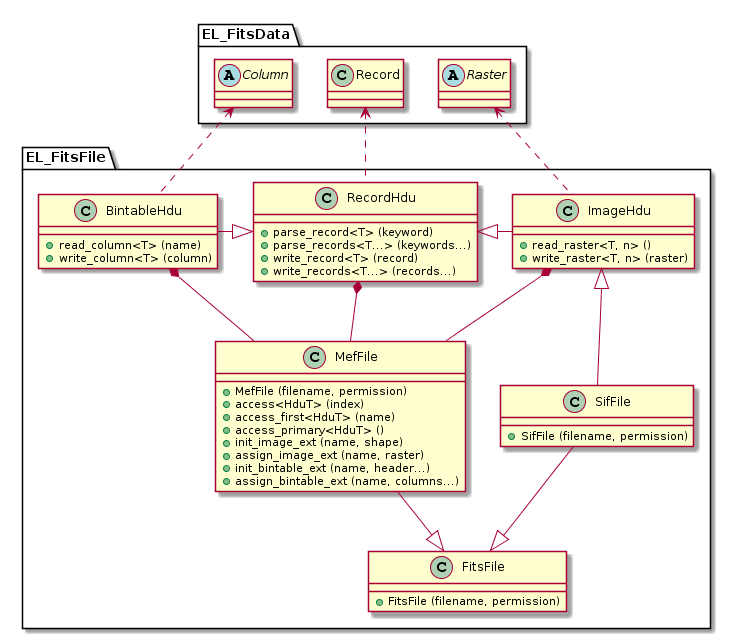
Before: doc/diagrams/out/FitsFile.png, a diagram exported from PlantUML (CNES/EleFits).
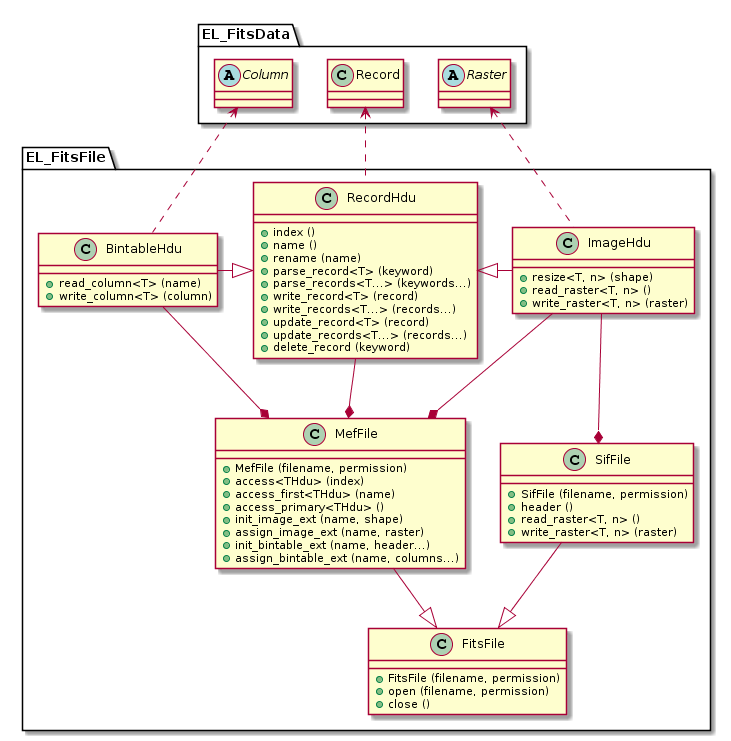
After the change.

Diff of the diagram source:
```diff
@@ -4,13 +4,13 @@
 RecordHdu <|- ImageHdu
 BintableHdu -|> RecordHdu
 
-BintableHdu *-- MefFile
-RecordHdu *-- MefFile
-ImageHdu *-- MefFile
+BintableHdu --* MefFile
+RecordHdu --* MefFile
+ImageHdu --* MefFile
 
 MefFile --|> FitsFile
 SifFile --|> FitsFile
-ImageHdu <|-- SifFile
+ImageHdu --* SifFile
 
 }
 
@@ -24,13 +24,15 @@
 
 class FitsFile {
 + FitsFile (filename, permission)
++ open (filename, permission)
++ close ()
 }
 
 class MefFile {
 + MefFile (filename, permission)
-+ access<HduT> (index)
-+ access_first<HduT> (name)
-+ access_primary<HduT> ()
++ access<THdu> (index)
++ access_first<THdu> (name)
++ access_primary<THdu> ()
 + init_image_ext (name, shape)
 + assign_image_ext (name, raster)
 + init_bintable_ext (name, header...)
@@ -39,16 +41,26 @@
 
 class SifFile {
 + SifFile (filename, permission)
++ header ()
++ read_raster<T, n> ()
++ write_raster<T, n> (raster)
 }
 
 class RecordHdu {
++ index ()
++ name ()
++ rename (name)
 + parse_record<T> (keyword)
 + parse_records<T...> (keywords...)
 + write_record<T> (record)
 + write_records<T...> (records...)
++ update_record<T> (record)
++ update_records<T...> (records...)
++ delete_record (keyword)
 }
 
 class ImageHdu {
++ resize<T, n> (shape)
 + read_raster<T, n> ()
 + write_raster<T, n> (raster)
 }
```
